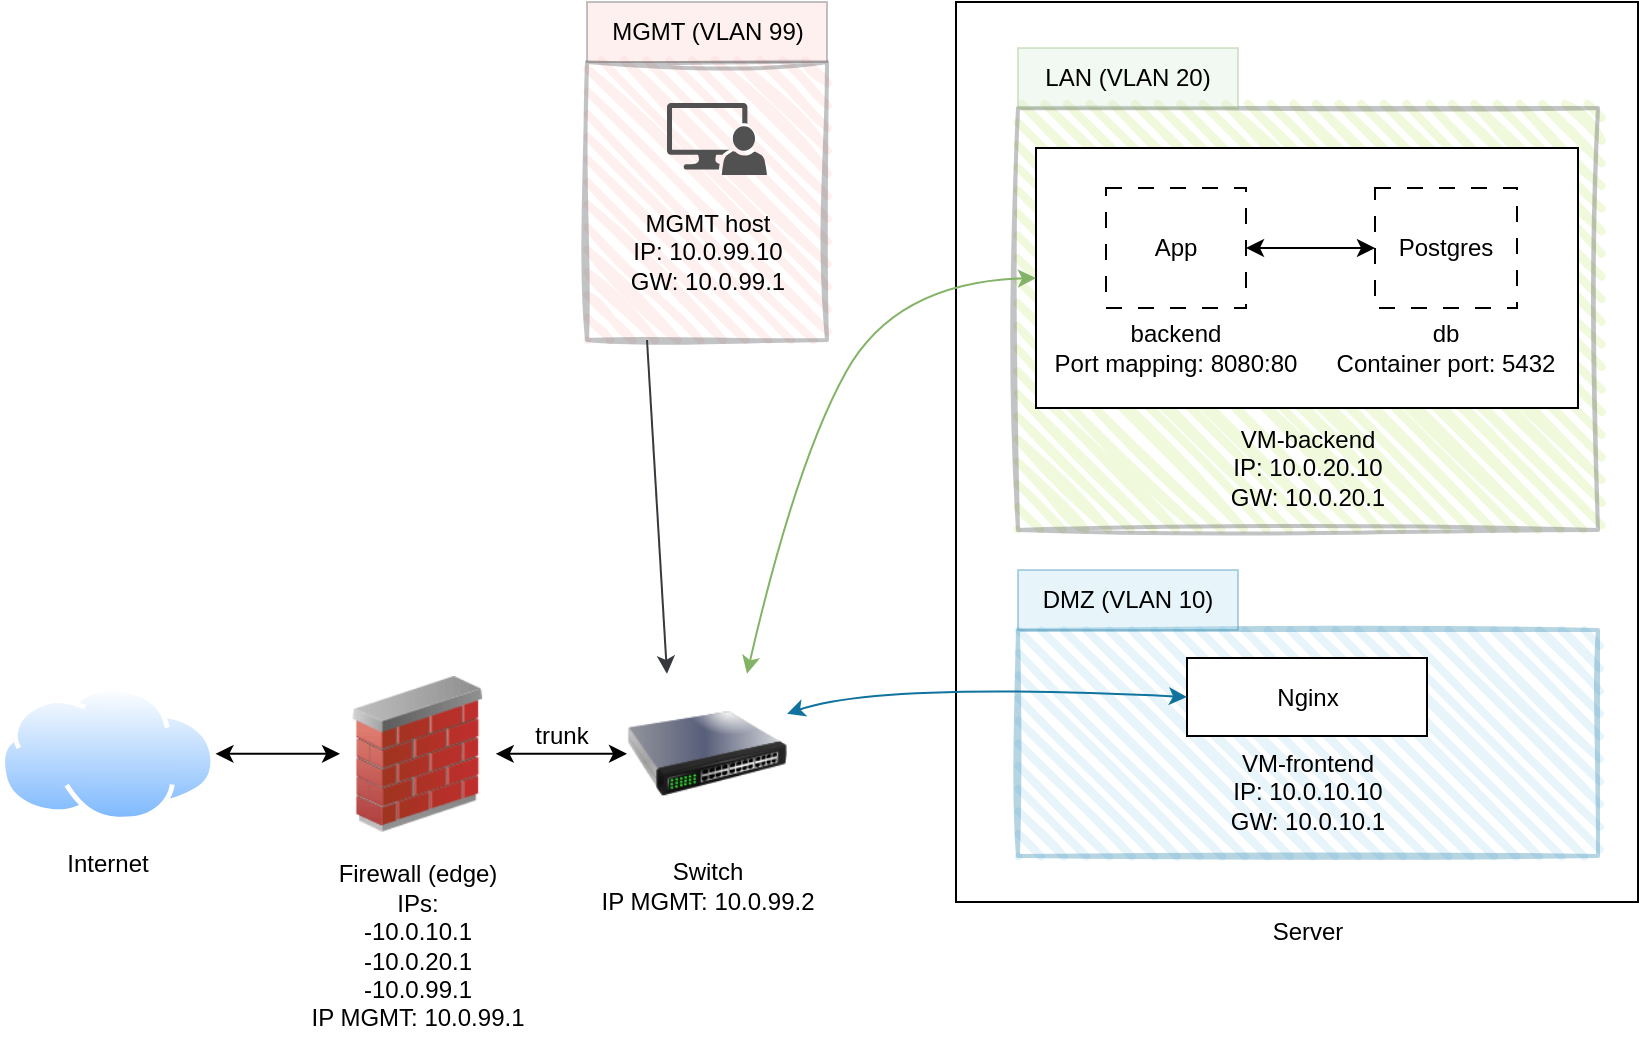
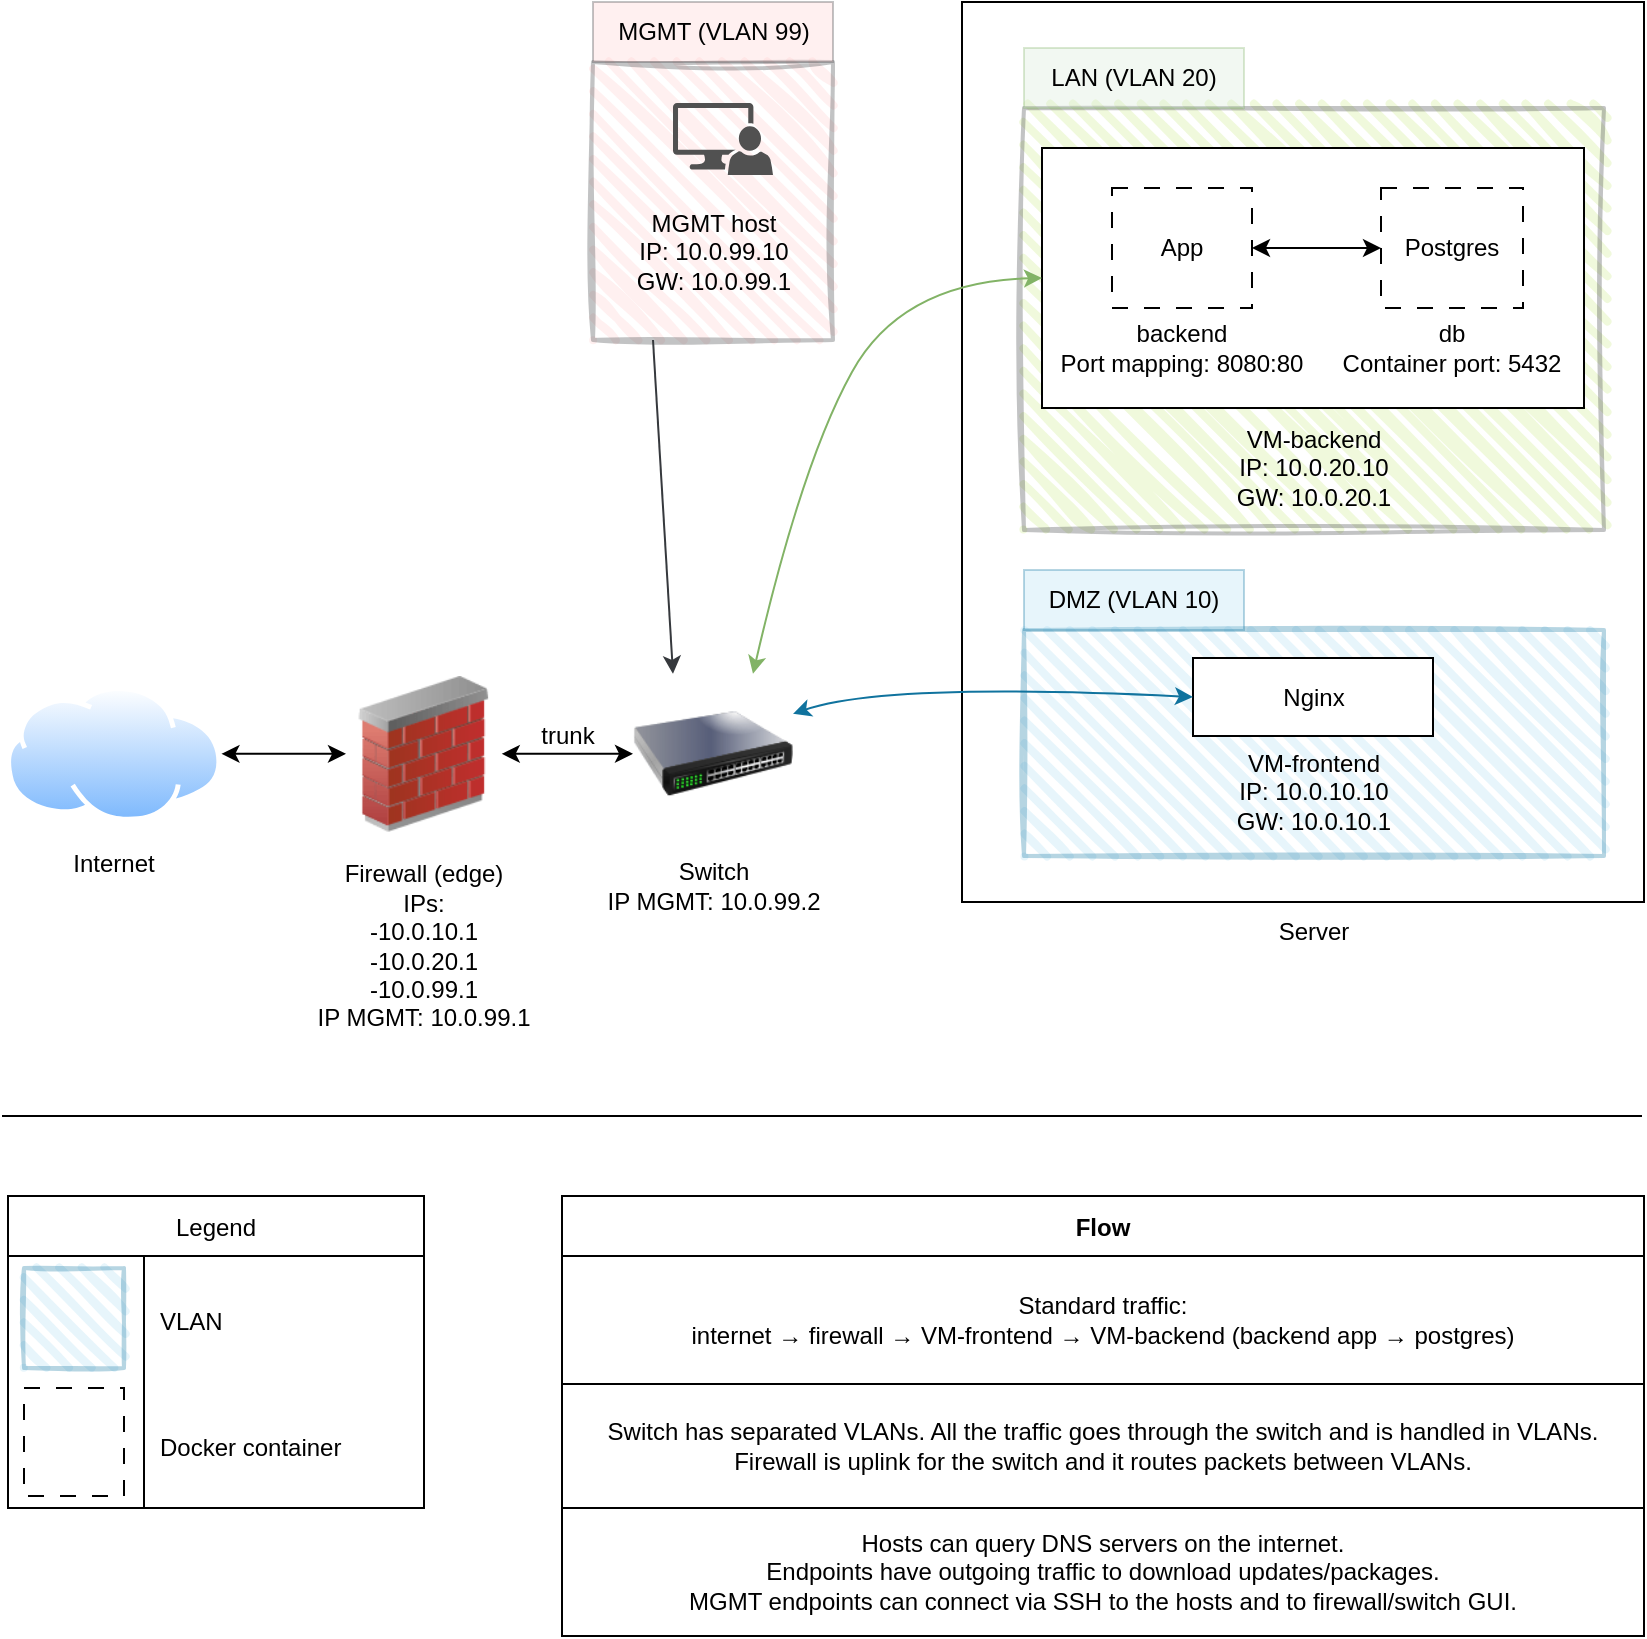
<mxfile host="app.diagrams.net">
  <diagram name="Strona-1" id="fVgJJqSeja9O-3jmhPsm">
    <mxGraphModel dx="1488" dy="821" grid="1" gridSize="10" guides="1" tooltips="1" connect="1" arrows="1" fold="1" page="1" pageScale="1" pageWidth="827" pageHeight="1169" math="0" shadow="0">
      <root>
        <mxCell id="0" />
        <mxCell id="1" parent="0" />
        <mxCell id="23KojjiFSHcbRn-2ENVF-6" parent="1" style="rounded=0;whiteSpace=wrap;html=1;strokeWidth=2;fillWeight=4;hachureGap=8;hachureAngle=45;fillColor=#ffcccc;strokeColor=#36393d;sketch=1;curveFitting=1;jiggle=2;opacity=30;" value="" vertex="1">
          <mxGeometry height="139" width="120" x="295.5" y="33" as="geometry" />
        </mxCell>
        <mxCell id="23KojjiFSHcbRn-2ENVF-2" parent="1" style="image;aspect=fixed;perimeter=ellipsePerimeter;html=1;align=center;shadow=0;dashed=0;spacingTop=3;image=img/lib/active_directory/internet_cloud.svg;" value="" vertex="1">
          <mxGeometry height="67.87" width="107.73" x="2" y="345" as="geometry" />
        </mxCell>
        <mxCell id="23KojjiFSHcbRn-2ENVF-3" parent="1" style="image;html=1;image=img/lib/clip_art/networking/Firewall_02_128x128.png" value="" vertex="1">
          <mxGeometry height="77.87" width="77.87" x="172" y="340" as="geometry" />
        </mxCell>
        <mxCell id="23KojjiFSHcbRn-2ENVF-5" parent="1" style="rounded=0;whiteSpace=wrap;html=1;" value="" vertex="1">
          <mxGeometry height="450" width="341" x="480" y="3" as="geometry" />
        </mxCell>
        <mxCell id="23KojjiFSHcbRn-2ENVF-4" parent="1" style="image;html=1;image=img/lib/clip_art/networking/Switch_128x128.png" value="" vertex="1">
          <mxGeometry height="80" width="80" x="315.5" y="338.93" as="geometry" />
        </mxCell>
        <mxCell id="23KojjiFSHcbRn-2ENVF-7" parent="1" style="text;html=1;whiteSpace=wrap;strokeColor=none;fillColor=none;align=center;verticalAlign=middle;rounded=0;autosize=1;resizable=0;" value="&lt;div&gt;Server&lt;/div&gt;" vertex="1">
          <mxGeometry height="30" width="60" x="626" y="453" as="geometry" />
        </mxCell>
        <mxCell id="23KojjiFSHcbRn-2ENVF-8" parent="1" style="text;html=1;whiteSpace=wrap;strokeColor=none;fillColor=none;align=center;verticalAlign=middle;rounded=0;autosize=1;resizable=0;" value="Internet" vertex="1">
          <mxGeometry height="30" width="60" x="25.870000000000005" y="418.93" as="geometry" />
        </mxCell>
        <mxCell id="23KojjiFSHcbRn-2ENVF-9" parent="1" style="text;html=1;whiteSpace=wrap;strokeColor=none;fillColor=none;align=center;verticalAlign=middle;rounded=0;autosize=1;resizable=0;" value="&lt;div&gt;Firewall (edge)&lt;/div&gt;&lt;div&gt;IPs:&lt;/div&gt;&lt;div&gt;-10.0.10.1&lt;/div&gt;&lt;div&gt;-10.0.20.1&lt;/div&gt;&lt;div&gt;-10.0.99.1&lt;/div&gt;&lt;div&gt;IP MGMT: 10.0.99.1&lt;/div&gt;" vertex="1">
          <mxGeometry height="100" width="130" x="145.93" y="425" as="geometry" />
        </mxCell>
        <mxCell id="23KojjiFSHcbRn-2ENVF-10" parent="1" style="text;html=1;whiteSpace=wrap;strokeColor=none;fillColor=none;align=center;verticalAlign=middle;rounded=0;autosize=1;resizable=0;" value="&lt;div&gt;Switch&lt;/div&gt;IP MGMT: 10.0.99.2" vertex="1">
          <mxGeometry height="40" width="130" x="290.5" y="425" as="geometry" />
        </mxCell>
        <mxCell id="23KojjiFSHcbRn-2ENVF-11" edge="1" parent="1" source="23KojjiFSHcbRn-2ENVF-2" style="endArrow=classic;html=1;rounded=0;exitX=1;exitY=0.5;exitDx=0;exitDy=0;entryX=0;entryY=0.5;entryDx=0;entryDy=0;endFill=1;startArrow=classic;startFill=1;" target="23KojjiFSHcbRn-2ENVF-3" value="">
          <mxGeometry height="50" relative="1" width="50" as="geometry">
            <mxPoint x="122" y="545" as="sourcePoint" />
            <mxPoint x="172" y="495" as="targetPoint" />
          </mxGeometry>
        </mxCell>
        <mxCell id="23KojjiFSHcbRn-2ENVF-12" edge="1" parent="1" source="23KojjiFSHcbRn-2ENVF-3" style="endArrow=classic;html=1;rounded=0;exitX=1;exitY=0.5;exitDx=0;exitDy=0;entryX=0;entryY=0.5;entryDx=0;entryDy=0;startArrow=classic;startFill=1;endFill=1;" target="23KojjiFSHcbRn-2ENVF-4" value="">
          <mxGeometry height="50" relative="1" width="50" as="geometry">
            <mxPoint x="272" y="505" as="sourcePoint" />
            <mxPoint x="322" y="455" as="targetPoint" />
          </mxGeometry>
        </mxCell>
        <mxCell id="23KojjiFSHcbRn-2ENVF-13" parent="1" style="sketch=0;pointerEvents=1;shadow=0;dashed=0;html=1;strokeColor=none;labelPosition=center;verticalLabelPosition=bottom;verticalAlign=top;align=center;fillColor=#515151;shape=mxgraph.mscae.system_center.admin_console" value="" vertex="1">
          <mxGeometry height="36" width="50" x="335.5" y="53.5" as="geometry" />
        </mxCell>
        <mxCell id="23KojjiFSHcbRn-2ENVF-14" parent="1" style="text;html=1;whiteSpace=wrap;strokeColor=none;fillColor=none;align=center;verticalAlign=middle;rounded=0;autosize=1;resizable=0;" value="&lt;div&gt;MGMT host&lt;/div&gt;&lt;div&gt;IP: 10.0.99.10&lt;/div&gt;&lt;div&gt;GW: 10.0.99.1&lt;/div&gt;" vertex="1">
          <mxGeometry height="60" width="100" x="305.5" y="97.5" as="geometry" />
        </mxCell>
        <mxCell id="23KojjiFSHcbRn-2ENVF-17" edge="1" parent="1" source="23KojjiFSHcbRn-2ENVF-6" style="curved=1;endArrow=classic;html=1;rounded=0;exitX=0.25;exitY=1;exitDx=0;exitDy=0;entryX=0.25;entryY=0;entryDx=0;entryDy=0;endFill=1;startArrow=none;startFill=0;fillColor=#ffcccc;strokeColor=light-dark(#36393D,#660000);" target="23KojjiFSHcbRn-2ENVF-4" value="">
          <mxGeometry height="50" relative="1" width="50" as="geometry">
            <Array as="points" />
            <mxPoint x="242" y="616" as="sourcePoint" />
            <mxPoint x="292" y="566" as="targetPoint" />
          </mxGeometry>
        </mxCell>
        <mxCell id="23KojjiFSHcbRn-2ENVF-19" parent="1" style="text;html=1;whiteSpace=wrap;strokeColor=#36393d;fillColor=#ffcccc;align=center;verticalAlign=middle;rounded=0;autosize=1;resizable=0;opacity=30;" value="MGMT (VLAN 99)" vertex="1">
          <mxGeometry height="30" width="120" x="295.5" y="3" as="geometry" />
        </mxCell>
        <mxCell id="23KojjiFSHcbRn-2ENVF-25" parent="1" style="rounded=0;whiteSpace=wrap;html=1;strokeWidth=2;fillWeight=4;hachureGap=8;hachureAngle=45;fillColor=#b1ddf0;sketch=1;opacity=30;strokeColor=#10739e;" value="" vertex="1">
          <mxGeometry height="113" width="290" x="511" y="317" as="geometry" />
        </mxCell>
        <mxCell id="23KojjiFSHcbRn-2ENVF-20" parent="1" style="rounded=0;whiteSpace=wrap;html=1;" value="" vertex="1">
          <mxGeometry height="39" width="120" x="595.5" y="331" as="geometry" />
        </mxCell>
        <mxCell id="23KojjiFSHcbRn-2ENVF-24" parent="1" style="rounded=0;whiteSpace=wrap;html=1;strokeWidth=2;fillWeight=4;hachureGap=8;hachureAngle=45;fillColor=#cdeb8b;strokeColor=#36393d;fillStyle=auto;shadow=0;sketch=1;curveFitting=1;jiggle=2;glass=0;opacity=30;" value="" vertex="1">
          <mxGeometry height="211" width="290" x="511" y="56" as="geometry" />
        </mxCell>
        <mxCell id="23KojjiFSHcbRn-2ENVF-21" parent="1" style="rounded=0;whiteSpace=wrap;html=1;" value="" vertex="1">
          <mxGeometry height="130" width="271" x="520" y="76" as="geometry" />
        </mxCell>
        <mxCell id="23KojjiFSHcbRn-2ENVF-23" parent="1" style="text;html=1;whiteSpace=wrap;strokeColor=none;fillColor=none;align=center;verticalAlign=middle;rounded=0;autosize=1;resizable=0;" value="&lt;div&gt;VM-backend&lt;/div&gt;&lt;div&gt;IP: 10.0.20.10&lt;/div&gt;&lt;div&gt;GW: 10.0.20.1&lt;/div&gt;" vertex="1">
          <mxGeometry height="60" width="100" x="606" y="206" as="geometry" />
        </mxCell>
        <mxCell id="23KojjiFSHcbRn-2ENVF-22" parent="1" style="text;html=1;whiteSpace=wrap;strokeColor=none;fillColor=none;align=center;verticalAlign=middle;rounded=0;" value="&lt;div&gt;VM-frontend&lt;/div&gt;&lt;div&gt;IP: 10.0.10.10&lt;/div&gt;&lt;div&gt;GW: 10.0.10.1&lt;/div&gt;" vertex="1">
          <mxGeometry height="30" width="90" x="611" y="383" as="geometry" />
        </mxCell>
        <mxCell id="23KojjiFSHcbRn-2ENVF-26" parent="1" style="text;html=1;whiteSpace=wrap;strokeColor=#10739e;fillColor=#b1ddf0;align=center;verticalAlign=middle;rounded=0;autosize=1;resizable=0;opacity=30;" value="DMZ (VLAN 10)" vertex="1">
          <mxGeometry height="30" width="110" x="511" y="287" as="geometry" />
        </mxCell>
        <mxCell id="23KojjiFSHcbRn-2ENVF-29" parent="1" style="text;html=1;whiteSpace=wrap;strokeColor=#82b366;fillColor=#d5e8d4;align=center;verticalAlign=middle;rounded=0;autosize=1;resizable=0;opacity=30;" value="LAN (VLAN 20)" vertex="1">
          <mxGeometry height="30" width="110" x="511" y="26" as="geometry" />
        </mxCell>
        <mxCell id="23KojjiFSHcbRn-2ENVF-30" parent="1" style="rounded=0;whiteSpace=wrap;html=1;dashed=1;dashPattern=8 8;" value="" vertex="1">
          <mxGeometry height="60" width="70" x="555" y="96" as="geometry" />
        </mxCell>
        <mxCell id="23KojjiFSHcbRn-2ENVF-32" parent="1" style="text;html=1;whiteSpace=wrap;strokeColor=none;fillColor=none;align=center;verticalAlign=middle;rounded=0;autosize=1;resizable=0;" value="&lt;div&gt;backend&lt;/div&gt;Port mapping: 8080:80" vertex="1">
          <mxGeometry height="40" width="140" x="520" y="156" as="geometry" />
        </mxCell>
        <mxCell id="23KojjiFSHcbRn-2ENVF-33" parent="1" style="rounded=0;whiteSpace=wrap;html=1;dashed=1;dashPattern=8 8;" value="" vertex="1">
          <mxGeometry height="60" width="71" x="689.5" y="96" as="geometry" />
        </mxCell>
        <mxCell id="23KojjiFSHcbRn-2ENVF-34" parent="1" style="text;html=1;whiteSpace=wrap;strokeColor=none;fillColor=none;align=center;verticalAlign=middle;rounded=0;autosize=1;resizable=0;" value="&lt;div&gt;db&lt;/div&gt;Container port: 5432" vertex="1">
          <mxGeometry height="40" width="130" x="660" y="156" as="geometry" />
        </mxCell>
        <mxCell id="23KojjiFSHcbRn-2ENVF-35" edge="1" parent="1" source="23KojjiFSHcbRn-2ENVF-4" style="curved=1;endArrow=classic;html=1;rounded=0;entryX=0;entryY=0.5;entryDx=0;entryDy=0;exitX=1;exitY=0.25;exitDx=0;exitDy=0;startArrow=classic;startFill=1;endFill=1;fillColor=#b1ddf0;strokeColor=#10739e;" target="23KojjiFSHcbRn-2ENVF-20" value="">
          <mxGeometry height="50" relative="1" width="50" as="geometry">
            <Array as="points">
              <mxPoint x="442" y="343" />
            </Array>
            <mxPoint x="372" y="313" as="sourcePoint" />
            <mxPoint x="422" y="263" as="targetPoint" />
          </mxGeometry>
        </mxCell>
        <mxCell id="23KojjiFSHcbRn-2ENVF-36" edge="1" parent="1" source="23KojjiFSHcbRn-2ENVF-4" style="curved=1;endArrow=classic;html=1;rounded=0;entryX=0;entryY=0.5;entryDx=0;entryDy=0;exitX=0.75;exitY=0;exitDx=0;exitDy=0;fillColor=#d5e8d4;strokeColor=#82b366;startArrow=classic;startFill=1;" target="23KojjiFSHcbRn-2ENVF-21" value="">
          <mxGeometry height="50" relative="1" width="50" as="geometry">
            <Array as="points">
              <mxPoint x="400" y="233" />
              <mxPoint x="450" y="143" />
            </Array>
            <mxPoint x="362" y="223" as="sourcePoint" />
            <mxPoint x="412" y="173" as="targetPoint" />
          </mxGeometry>
        </mxCell>
        <mxCell id="23KojjiFSHcbRn-2ENVF-39" edge="1" parent="1" source="23KojjiFSHcbRn-2ENVF-30" style="endArrow=classic;startArrow=classic;html=1;rounded=0;entryX=0;entryY=0.5;entryDx=0;entryDy=0;exitX=1;exitY=0.5;exitDx=0;exitDy=0;" target="23KojjiFSHcbRn-2ENVF-33" value="">
          <mxGeometry height="50" relative="1" width="50" as="geometry">
            <mxPoint x="250" y="247" as="sourcePoint" />
            <mxPoint x="300" y="197" as="targetPoint" />
          </mxGeometry>
        </mxCell>
        <mxCell id="23KojjiFSHcbRn-2ENVF-44" parent="1" style="text;html=1;whiteSpace=wrap;strokeColor=none;fillColor=none;align=center;verticalAlign=middle;rounded=0;autosize=1;resizable=0;" value="Nginx" vertex="1">
          <mxGeometry height="30" width="50" x="631" y="335.5" as="geometry" />
        </mxCell>
        <mxCell id="23KojjiFSHcbRn-2ENVF-46" parent="1" style="text;html=1;whiteSpace=wrap;strokeColor=none;fillColor=none;align=center;verticalAlign=middle;rounded=0;autosize=1;resizable=0;" value="App" vertex="1">
          <mxGeometry height="30" width="40" x="570" y="111" as="geometry" />
        </mxCell>
        <mxCell id="23KojjiFSHcbRn-2ENVF-47" parent="1" style="text;html=1;whiteSpace=wrap;strokeColor=none;fillColor=none;align=center;verticalAlign=middle;rounded=0;autosize=1;resizable=0;" value="Postgres" vertex="1">
          <mxGeometry height="30" width="70" x="690" y="111" as="geometry" />
        </mxCell>
        <mxCell id="23KojjiFSHcbRn-2ENVF-48" parent="1" style="text;html=1;whiteSpace=wrap;strokeColor=none;fillColor=none;align=center;verticalAlign=middle;rounded=0;autosize=1;resizable=0;" value="trunk" vertex="1">
          <mxGeometry height="30" width="50" x="258" y="355" as="geometry" />
        </mxCell>
+         <mxCell id="23KojjiFSHcbRn-2ENVF-50" parent="1" style="shape=table;startSize=30;container=1;collapsible=0;childLayout=tableLayout;fixedRows=1;rowLines=0;fontStyle=0;strokeColor=default;fontSize=12;" value="Legend" vertex="1">
+           <mxGeometry height="156" width="208" x="3" y="600" as="geometry" />
+         </mxCell>
+         <mxCell id="23KojjiFSHcbRn-2ENVF-51" parent="23KojjiFSHcbRn-2ENVF-50" style="shape=tableRow;horizontal=0;startSize=0;swimlaneHead=0;swimlaneBody=0;top=0;left=0;bottom=0;right=0;collapsible=0;dropTarget=0;fillColor=none;points=[[0,0.5],[1,0.5]];portConstraint=eastwest;strokeColor=inherit;fontSize=12;" value="" vertex="1">
+           <mxGeometry height="66" width="208" y="30" as="geometry" />
+         </mxCell>
+         <mxCell id="23KojjiFSHcbRn-2ENVF-52" parent="23KojjiFSHcbRn-2ENVF-51" style="shape=partialRectangle;html=1;whiteSpace=wrap;connectable=0;fillColor=none;top=0;left=0;bottom=0;right=0;overflow=hidden;pointerEvents=1;strokeColor=inherit;fontSize=12;" value="" vertex="1">
+           <mxGeometry height="66" width="68" as="geometry">
+             <mxRectangle height="66" width="68" as="alternateBounds" />
+           </mxGeometry>
+         </mxCell>
+         <mxCell id="23KojjiFSHcbRn-2ENVF-53" parent="23KojjiFSHcbRn-2ENVF-51" style="shape=partialRectangle;html=1;whiteSpace=wrap;connectable=0;fillColor=none;top=0;left=0;bottom=0;right=0;align=left;spacingLeft=6;overflow=hidden;strokeColor=inherit;fontSize=12;" value="VLAN" vertex="1">
+           <mxGeometry height="66" width="140" x="68" as="geometry">
+             <mxRectangle height="66" width="140" as="alternateBounds" />
+           </mxGeometry>
+         </mxCell>
+         <mxCell id="23KojjiFSHcbRn-2ENVF-54" parent="23KojjiFSHcbRn-2ENVF-50" style="shape=tableRow;horizontal=0;startSize=0;swimlaneHead=0;swimlaneBody=0;top=0;left=0;bottom=0;right=0;collapsible=0;dropTarget=0;fillColor=none;points=[[0,0.5],[1,0.5]];portConstraint=eastwest;strokeColor=inherit;fontSize=12;" value="" vertex="1">
+           <mxGeometry height="60" width="208" y="96" as="geometry" />
+         </mxCell>
+         <mxCell id="23KojjiFSHcbRn-2ENVF-55" parent="23KojjiFSHcbRn-2ENVF-54" style="shape=partialRectangle;html=1;whiteSpace=wrap;connectable=0;fillColor=none;top=0;left=0;bottom=0;right=0;overflow=hidden;strokeColor=inherit;fontSize=12;" value="" vertex="1">
+           <mxGeometry height="60" width="68" as="geometry">
+             <mxRectangle height="60" width="68" as="alternateBounds" />
+           </mxGeometry>
+         </mxCell>
+         <mxCell id="23KojjiFSHcbRn-2ENVF-56" parent="23KojjiFSHcbRn-2ENVF-54" style="shape=partialRectangle;html=1;whiteSpace=wrap;connectable=0;fillColor=none;top=0;left=0;bottom=0;right=0;align=left;spacingLeft=6;overflow=hidden;strokeColor=inherit;fontSize=12;" value="Docker container" vertex="1">
+           <mxGeometry height="60" width="140" x="68" as="geometry">
+             <mxRectangle height="60" width="140" as="alternateBounds" />
+           </mxGeometry>
+         </mxCell>
+         <mxCell id="23KojjiFSHcbRn-2ENVF-60" parent="1" style="rounded=0;whiteSpace=wrap;html=1;strokeWidth=2;fillWeight=4;hachureGap=8;hachureAngle=45;sketch=1;fillColor=light-dark(#B1DDF0,#F9F9F9);strokeColor=light-dark(#10739E,#000000);opacity=30;" value="" vertex="1">
+           <mxGeometry height="50" width="50" x="11" y="636" as="geometry" />
+         </mxCell>
+         <mxCell id="23KojjiFSHcbRn-2ENVF-61" parent="1" style="rounded=0;whiteSpace=wrap;html=1;dashed=1;dashPattern=8 8;" value="" vertex="1">
+           <mxGeometry height="54" width="50" x="11" y="696" as="geometry" />
+         </mxCell>
+         <mxCell id="23KojjiFSHcbRn-2ENVF-80" parent="1" style="shape=table;startSize=30;container=1;collapsible=0;childLayout=tableLayout;fixedHeader=1;fontStyle=1" value="Flow" vertex="1">
+           <mxGeometry height="220" width="541" x="280" y="600" as="geometry" />
+         </mxCell>
+         <mxCell id="23KojjiFSHcbRn-2ENVF-81" parent="23KojjiFSHcbRn-2ENVF-80" style="shape=tableRow;horizontal=0;startSize=0;swimlaneHead=0;swimlaneBody=0;strokeColor=inherit;top=0;left=0;bottom=0;right=0;collapsible=0;dropTarget=0;fillColor=none;points=[[0,0.5],[1,0.5]];portConstraint=eastwest;fixedHeader=1;" value="" vertex="1">
+           <mxGeometry height="64" width="541" y="30" as="geometry" />
+         </mxCell>
+         <mxCell id="23KojjiFSHcbRn-2ENVF-82" parent="23KojjiFSHcbRn-2ENVF-81" style="shape=partialRectangle;html=1;whiteSpace=wrap;connectable=0;strokeColor=inherit;overflow=hidden;fillColor=none;top=0;left=0;bottom=0;right=0;pointerEvents=1;" value="Standard traffic:&lt;br&gt;internet → firewall → VM-frontend → VM-backend (backend app → postgres)" vertex="1">
+           <mxGeometry height="64" width="541" as="geometry">
+             <mxRectangle height="64" width="541" as="alternateBounds" />
+           </mxGeometry>
+         </mxCell>
+         <mxCell id="23KojjiFSHcbRn-2ENVF-83" parent="23KojjiFSHcbRn-2ENVF-80" style="shape=tableRow;horizontal=0;startSize=0;swimlaneHead=0;swimlaneBody=0;strokeColor=inherit;top=0;left=0;bottom=0;right=0;collapsible=0;dropTarget=0;fillColor=none;points=[[0,0.5],[1,0.5]];portConstraint=eastwest;fixedHeader=1;" value="" vertex="1">
+           <mxGeometry height="62" width="541" y="94" as="geometry" />
+         </mxCell>
+         <mxCell id="23KojjiFSHcbRn-2ENVF-84" parent="23KojjiFSHcbRn-2ENVF-83" style="shape=partialRectangle;html=1;whiteSpace=wrap;connectable=0;strokeColor=inherit;overflow=hidden;fillColor=none;top=0;left=0;bottom=0;right=0;pointerEvents=1;" value="Switch has separated VLANs. All the traffic goes through the switch and is handled in VLANs.&lt;br&gt;Firewall is uplink for the switch and it routes packets between VLANs." vertex="1">
+           <mxGeometry height="62" width="541" as="geometry">
+             <mxRectangle height="62" width="541" as="alternateBounds" />
+           </mxGeometry>
+         </mxCell>
+         <mxCell id="23KojjiFSHcbRn-2ENVF-85" parent="23KojjiFSHcbRn-2ENVF-80" style="shape=tableRow;horizontal=0;startSize=0;swimlaneHead=0;swimlaneBody=0;strokeColor=inherit;top=0;left=0;bottom=0;right=0;collapsible=0;dropTarget=0;fillColor=none;points=[[0,0.5],[1,0.5]];portConstraint=eastwest;fixedHeader=1;" value="" vertex="1">
+           <mxGeometry height="64" width="541" y="156" as="geometry" />
+         </mxCell>
+         <mxCell id="23KojjiFSHcbRn-2ENVF-86" parent="23KojjiFSHcbRn-2ENVF-85" style="shape=partialRectangle;html=1;whiteSpace=wrap;connectable=0;strokeColor=inherit;overflow=hidden;fillColor=none;top=0;left=0;bottom=0;right=0;pointerEvents=1;" value="&lt;div&gt;Hosts can query DNS servers on the internet.&lt;/div&gt;&lt;div&gt;Endpoints have outgoing traffic to download updates/packages.&lt;/div&gt;&lt;div&gt;MGMT endpoints can connect via SSH to the hosts and to firewall/switch GUI.&lt;/div&gt;" vertex="1">
+           <mxGeometry height="64" width="541" as="geometry">
+             <mxRectangle height="64" width="541" as="alternateBounds" />
+           </mxGeometry>
+         </mxCell>
+         <mxCell id="23KojjiFSHcbRn-2ENVF-89" edge="1" parent="1" style="endArrow=none;html=1;rounded=0;" value="">
+           <mxGeometry height="50" relative="1" width="50" as="geometry">
+             <mxPoint y="560" as="sourcePoint" />
+             <mxPoint x="820" y="560" as="targetPoint" />
+           </mxGeometry>
+         </mxCell>
      </root>
    </mxGraphModel>
  </diagram>
</mxfile>
